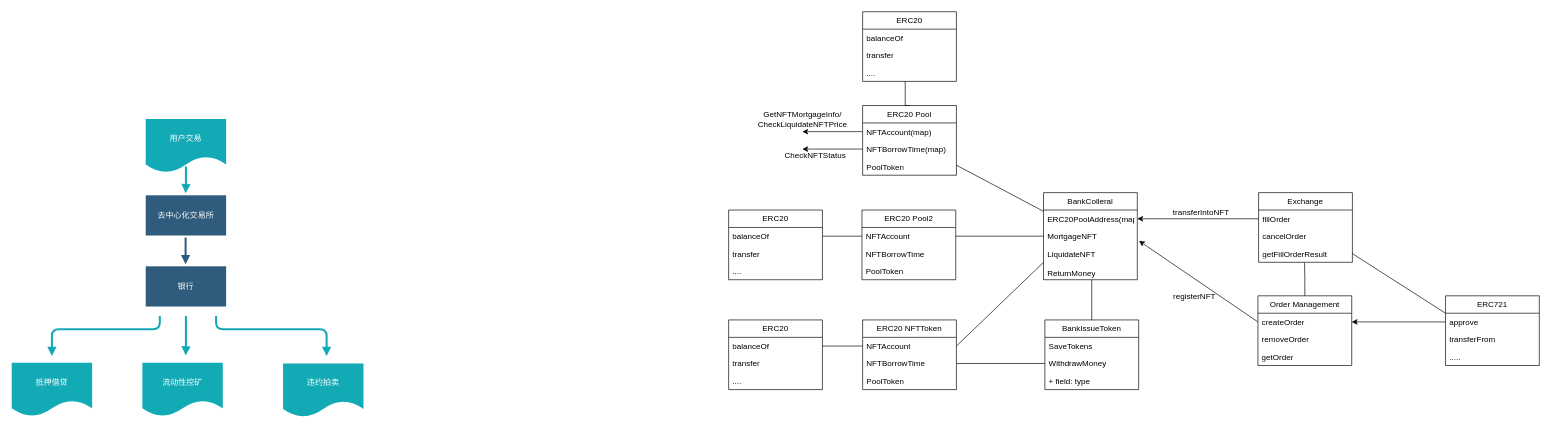
Adamlixi/adamblog.github.io keeps this draw.io diagram as 未命名绘图.drawio. Above is the earlier version. Source tidied: cells renumbered, new cells numbered last; positions are measured from the earlier drawing's top-left corner, leaving out a move shared by most shapes. Both pictures are drawn from the tidied source at 67%, with x=0, y=0 at pixel (11, 11).
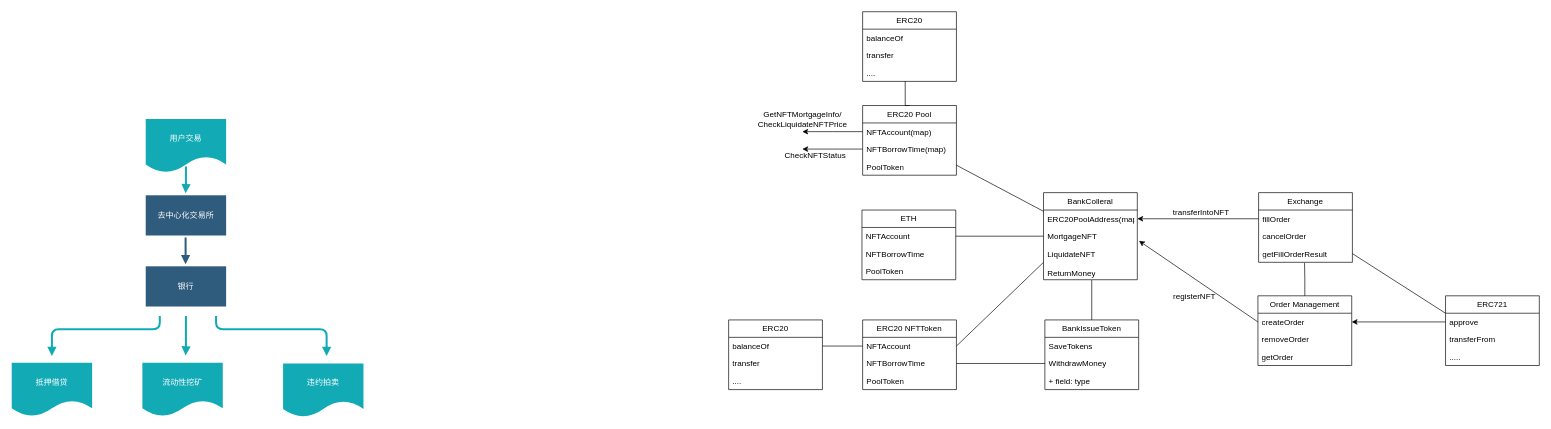
Above is the later version.

The change refers to these unchanged cells:
```xml
<mxCell id="26" value="NFTAccount" style="text;strokeColor=none;fillColor=none;align=left;verticalAlign=top;spacingLeft=4;spacingRight=4;overflow=hidden;points=[[0,0.5],[1,0.5]];portConstraint=eastwest;whiteSpace=wrap;html=1;" parent="25" vertex="1">
  <mxGeometry y="26" width="140" height="26" as="geometry" />
</mxCell>
```

Diff of the diagram source:
```diff
@@
-    <mxCell id="25" value="ERC20 Pool2" style="swimlane;fontStyle=0;horizontal=1;startSize=26;fillColor=none;whiteSpace=wrap;html=1;" parent="1" vertex="1">
+    <mxCell id="25" value="ETH" style="swimlane;fontStyle=0;horizontal=1;startSize=26;fillColor=none;whiteSpace=wrap;html=1;" parent="1" vertex="1">
       <mxGeometry x="1269" y="296" width="140" height="104" as="geometry" />
     </mxCell>
@@
-    <mxCell id="66" value="ERC20" style="swimlane;fontStyle=0;horizontal=1;startSize=26;fillColor=none;whiteSpace=wrap;html=1;" parent="1" vertex="1">
-      <mxGeometry x="1070" y="296" width="140" height="104" as="geometry" />
-    </mxCell>
-    <mxCell id="67" value="balanceOf" style="text;strokeColor=none;fillColor=none;align=left;verticalAlign=top;spacingLeft=4;spacingRight=4;overflow=hidden;points=[[0,0.5],[1,0.5]];portConstraint=eastwest;whiteSpace=wrap;html=1;" parent="66" vertex="1">
-      <mxGeometry y="26" width="140" height="26" as="geometry" />
-    </mxCell>
-    <mxCell id="68" value="transfer" style="text;strokeColor=none;fillColor=none;align=left;verticalAlign=top;spacingLeft=4;spacingRight=4;overflow=hidden;whiteSpace=wrap;html=1;" parent="66" vertex="1">
-      <mxGeometry y="52" width="140" height="26" as="geometry" />
-    </mxCell>
-    <mxCell id="69" value="...." style="text;strokeColor=none;fillColor=none;align=left;verticalAlign=top;spacingLeft=4;spacingRight=4;overflow=hidden;whiteSpace=wrap;html=1;" parent="66" vertex="1">
-      <mxGeometry y="78" width="140" height="26" as="geometry" />
-    </mxCell>
@@
-    <mxCell id="74" style="edgeStyle=orthogonalEdgeStyle;rounded=0;jettySize=auto;html=1;exitX=0;exitY=0.5;exitDx=0;exitDy=0;entryX=1;entryY=0.5;entryDx=0;entryDy=0;endArrow=none;endFill=0;" parent="1" edge="1" source="26" target="67">
-      <mxGeometry relative="1" as="geometry" />
-    </mxCell>
```
